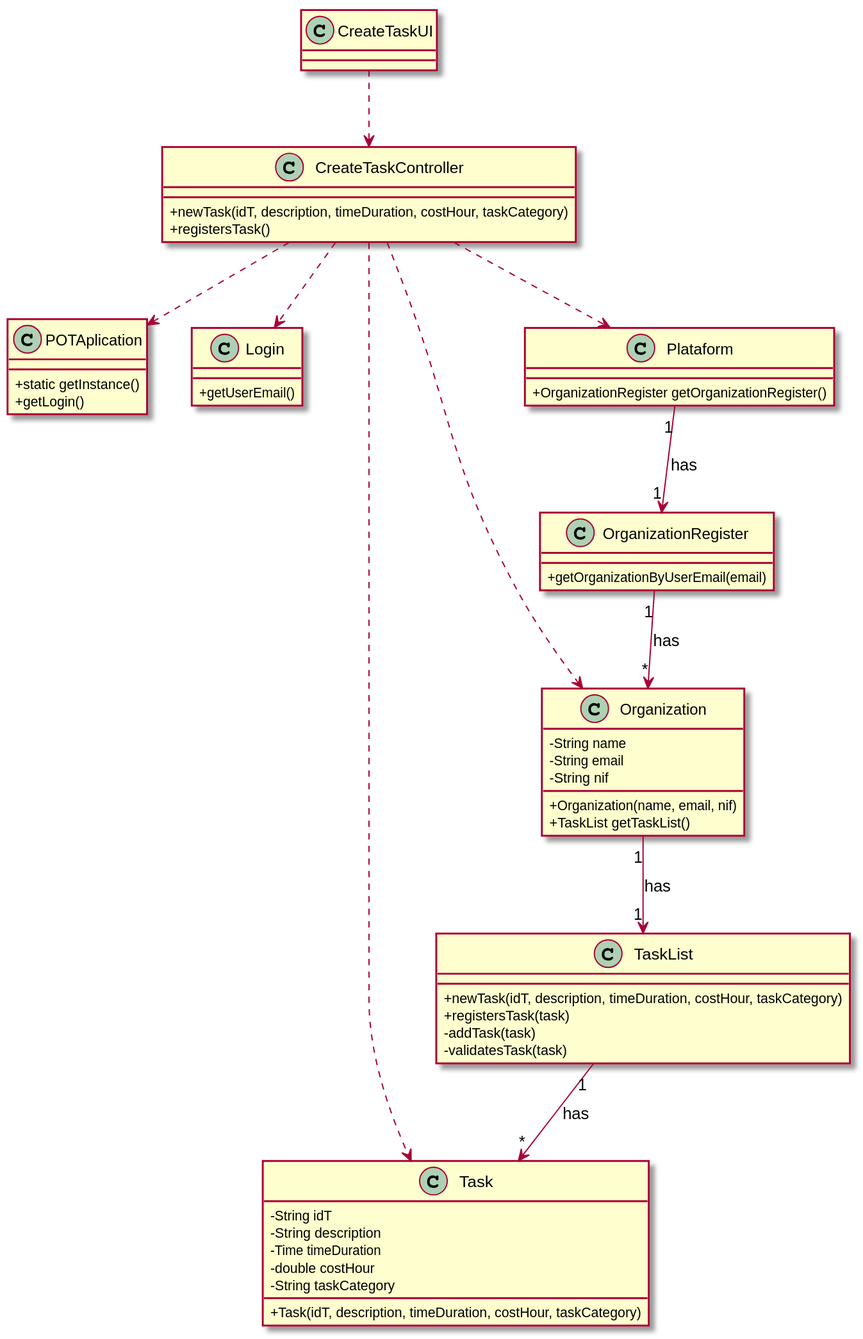
Before: docs/UC2 - Create Task/UC2_CD.svg, a diagram exported from PlantUML (1190452/LAPR2).
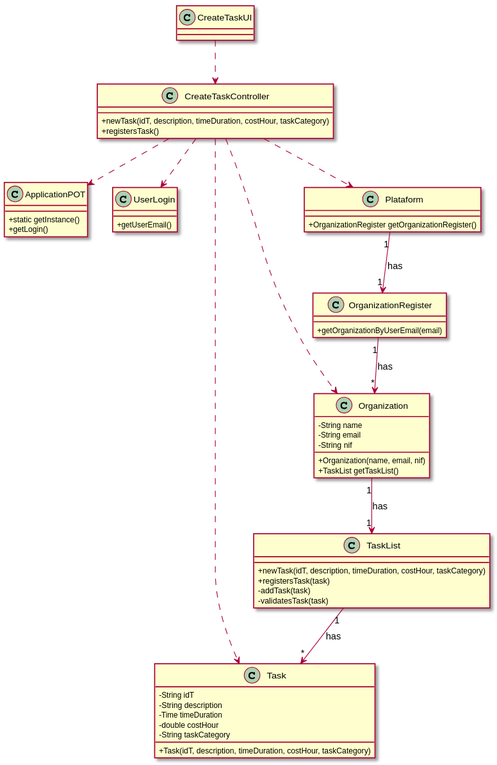
The same diagram one commit later.

Diff of the diagram source:
```diff
@@ -1,13 +1,13 @@
 @startuml
 skinparam classAttributeIconSize 0
 
-class POTAplication
+class ApplicationPOT
 {
   +static getInstance()
   +getLogin()
 }
 
-class Login
+class UserLogin
 {
   +getUserEmail()
 }
@@ -57,8 +57,8 @@
 CreateTaskController ..> Plataform
 CreateTaskController ..> Task
 CreateTaskController ..> Organization
-CreateTaskController ..> POTAplication
-CreateTaskController ..> Login
+CreateTaskController ..> ApplicationPOT
+CreateTaskController ..> UserLogin
 Plataform "1" --> "1" OrganizationRegister : has
 OrganizationRegister "1" --> "*" Organization : has
 Organization "1" --> "1" TaskList : has
```
